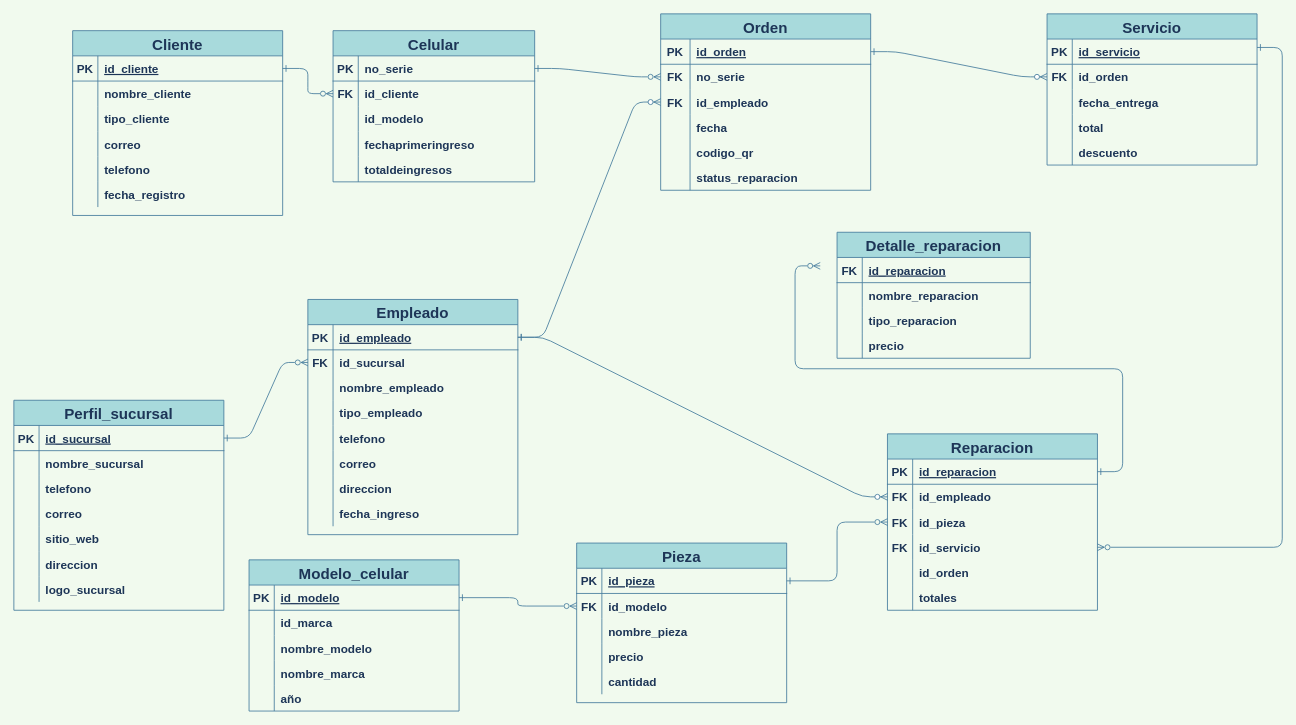
This is Borrador2Reparaciones.drawio from ViridianaSolis11/Base-de-datos-, a draw.io file, before an edit. Source tidied: cells renumbered, new cells numbered last; positions are measured from the earlier drawing's top-left corner, leaving out a move shared by most shapes. Both pictures are drawn from the tidied source at 84%, with x=0, y=0 at pixel (13, 13).
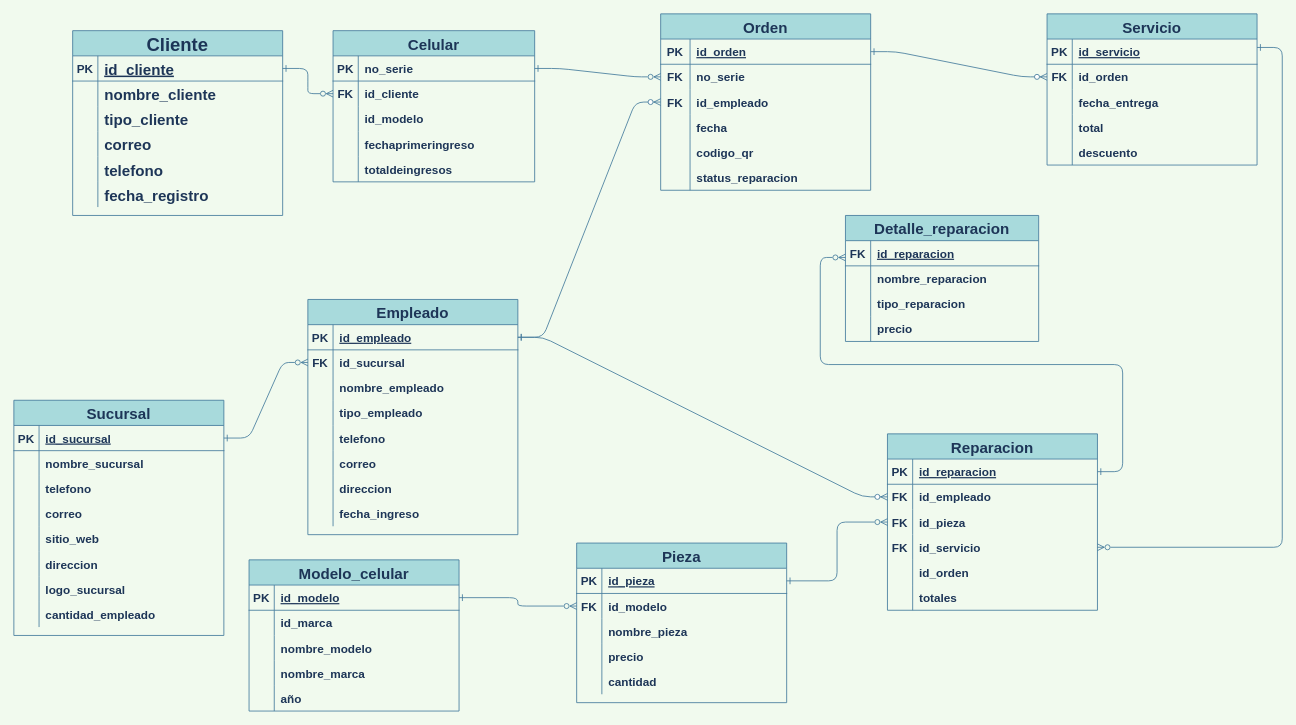
After the change.

Unchanged cells that the change refers to:
```xml
<mxCell id="45" style="shape=partialRectangle;fillColor=none;points=[[0,0.5],[1,0.5]];portConstraint=eastwest;top=0;left=0;right=0;bottom=1;strokeColor=#457B9D;fontColor=#1D3557;" parent="44" vertex="1">
  <mxGeometry y="30" width="250" height="30" as="geometry" />
</mxCell>
<mxCell id="48" style="shape=partialRectangle;fillColor=none;top=0;left=0;right=0;bottom=0;fontStyle=1;fontSize=14;strokeColor=#457B9D;fontColor=#1D3557;" parent="44" vertex="1">
  <mxGeometry y="60" width="250" height="30" as="geometry" />
</mxCell>
<mxCell id="51" style="shape=partialRectangle;fillColor=none;top=0;left=0;right=0;bottom=0;strokeColor=#457B9D;fontColor=#1D3557;" parent="44" vertex="1">
  <mxGeometry y="90" width="250" height="30" as="geometry" />
</mxCell>
<mxCell id="54" style="shape=partialRectangle;fillColor=none;top=0;left=0;right=0;bottom=0;strokeColor=#457B9D;fontColor=#1D3557;" parent="44" vertex="1">
  <mxGeometry y="120" width="250" height="30" as="geometry" />
</mxCell>
<mxCell id="57" style="shape=partialRectangle;fillColor=none;top=0;left=0;right=0;bottom=0;strokeColor=#457B9D;fontColor=#1D3557;" parent="44" vertex="1">
  <mxGeometry y="150" width="250" height="30" as="geometry" />
</mxCell>
<mxCell id="60" style="shape=partialRectangle;fillColor=none;top=0;left=0;right=0;bottom=0;strokeColor=#457B9D;fontColor=#1D3557;" parent="44" vertex="1">
  <mxGeometry y="180" width="250" height="30" as="geometry" />
</mxCell>
<mxCell id="64" style="shape=tableRow;horizontal=0;startSize=0;swimlaneHead=0;swimlaneBody=0;fillColor=none;points=[[0,0.5],[1,0.5]];portConstraint=eastwest;top=0;left=0;right=0;bottom=1;strokeColor=#457B9D;fontColor=#1D3557;" parent="63" vertex="1">
  <mxGeometry y="30" width="250" height="30" as="geometry" />
</mxCell>
```

Diff of the diagram source:
```diff
@@
-    <mxCell id="22" value="Perfil_sucursal" style="shape=table;startSize=30;childLayout=tableLayout;rowLines=0;fontStyle=1;align=center;fontSize=18;fillColor=#A8DADC;strokeColor=#457B9D;fontColor=#1D3557;" parent="1" vertex="1">
-      <mxGeometry y="460" width="250" height="250" as="geometry" />
+    <mxCell id="22" value="Sucursal" style="shape=table;startSize=30;childLayout=tableLayout;rowLines=0;fontStyle=1;align=center;fontSize=18;fillColor=#A8DADC;strokeColor=#457B9D;fontColor=#1D3557;" parent="1" vertex="1">
+      <mxGeometry y="460" width="250" height="280" as="geometry" />
     </mxCell>
@@
+    <mxCell id="194" style="shape=partialRectangle;fillColor=none;top=0;left=0;right=0;bottom=0;strokeColor=#457B9D;fontColor=#1D3557;" parent="22" vertex="1">
+      <mxGeometry y="240" width="250" height="30" as="geometry" />
+    </mxCell>
+    <mxCell id="195" style="shape=partialRectangle;overflow=hidden;fillColor=none;top=0;left=0;bottom=0;right=0;strokeColor=#457B9D;fontColor=#1D3557;" parent="194" vertex="1">
+      <mxGeometry width="30" height="30" as="geometry" />
+    </mxCell>
+    <mxCell id="196" value="cantidad_empleado" style="shape=partialRectangle;overflow=hidden;fillColor=none;top=0;left=0;bottom=0;right=0;align=left;spacingLeft=6;fontSize=14;fontStyle=1;strokeColor=#457B9D;fontColor=#1D3557;" parent="194" vertex="1">
+      <mxGeometry x="30" width="220" height="30" as="geometry" />
+    </mxCell>
-    <mxCell id="44" value="Cliente" style="shape=table;startSize=30;childLayout=tableLayout;rowLines=0;fontStyle=1;align=center;fontSize=18;fillColor=#A8DADC;strokeColor=#457B9D;fontColor=#1D3557;" parent="1" vertex="1">
+    <mxCell id="44" value="Cliente" style="shape=table;startSize=30;childLayout=tableLayout;rowLines=0;fontStyle=1;align=center;fontSize=22;fillColor=#A8DADC;strokeColor=#457B9D;fontColor=#1D3557;" parent="1" vertex="1">
       <mxGeometry x="70" y="20" width="250" height="220" as="geometry" />
     </mxCell>
@@
-    <mxCell id="47" value="id_cliente" style="shape=partialRectangle;overflow=hidden;fillColor=none;top=0;left=0;bottom=0;right=0;align=left;spacingLeft=6;fontStyle=5;fontSize=14;strokeColor=#457B9D;fontColor=#1D3557;" parent="45" vertex="1">
+    <mxCell id="47" value="id_cliente" style="shape=partialRectangle;overflow=hidden;fillColor=none;top=0;left=0;bottom=0;right=0;align=left;spacingLeft=6;fontStyle=5;fontSize=18;strokeColor=#457B9D;fontColor=#1D3557;" parent="45" vertex="1">
       <mxGeometry x="30" width="220" height="30" as="geometry" />
     </mxCell>
@@
-    <mxCell id="50" value="nombre_cliente" style="shape=partialRectangle;overflow=hidden;fillColor=none;top=0;left=0;bottom=0;right=0;align=left;spacingLeft=6;fontSize=14;fontStyle=1;strokeColor=#457B9D;fontColor=#1D3557;" parent="48" vertex="1">
+    <mxCell id="50" value="nombre_cliente" style="shape=partialRectangle;overflow=hidden;fillColor=none;top=0;left=0;bottom=0;right=0;align=left;spacingLeft=6;fontSize=18;fontStyle=1;strokeColor=#457B9D;fontColor=#1D3557;" parent="48" vertex="1">
       <mxGeometry x="30" width="220" height="30" as="geometry" />
     </mxCell>
@@
-    <mxCell id="53" value="tipo_cliente" style="shape=partialRectangle;overflow=hidden;fillColor=none;top=0;left=0;bottom=0;right=0;align=left;spacingLeft=6;fontSize=14;fontStyle=1;strokeColor=#457B9D;fontColor=#1D3557;" parent="51" vertex="1">
+    <mxCell id="53" value="tipo_cliente" style="shape=partialRectangle;overflow=hidden;fillColor=none;top=0;left=0;bottom=0;right=0;align=left;spacingLeft=6;fontSize=18;fontStyle=1;strokeColor=#457B9D;fontColor=#1D3557;" parent="51" vertex="1">
       <mxGeometry x="30" width="220" height="30" as="geometry" />
     </mxCell>
@@
-    <mxCell id="56" value="correo" style="shape=partialRectangle;overflow=hidden;fillColor=none;top=0;left=0;bottom=0;right=0;align=left;spacingLeft=6;fontSize=14;fontStyle=1;strokeColor=#457B9D;fontColor=#1D3557;" parent="54" vertex="1">
+    <mxCell id="56" value="correo" style="shape=partialRectangle;overflow=hidden;fillColor=none;top=0;left=0;bottom=0;right=0;align=left;spacingLeft=6;fontSize=18;fontStyle=1;strokeColor=#457B9D;fontColor=#1D3557;" parent="54" vertex="1">
       <mxGeometry x="30" width="220" height="30" as="geometry" />
     </mxCell>
@@
-    <mxCell id="59" value="telefono" style="shape=partialRectangle;overflow=hidden;fillColor=none;top=0;left=0;bottom=0;right=0;align=left;spacingLeft=6;fontSize=14;fontStyle=1;strokeColor=#457B9D;fontColor=#1D3557;" parent="57" vertex="1">
+    <mxCell id="59" value="telefono" style="shape=partialRectangle;overflow=hidden;fillColor=none;top=0;left=0;bottom=0;right=0;align=left;spacingLeft=6;fontSize=18;fontStyle=1;strokeColor=#457B9D;fontColor=#1D3557;" parent="57" vertex="1">
       <mxGeometry x="30" width="220" height="30" as="geometry" />
     </mxCell>
@@
-    <mxCell id="62" value="fecha_registro" style="shape=partialRectangle;overflow=hidden;fillColor=none;top=0;left=0;bottom=0;right=0;align=left;spacingLeft=6;fontSize=14;fontStyle=1;strokeColor=#457B9D;fontColor=#1D3557;" parent="60" vertex="1">
+    <mxCell id="62" value="fecha_registro" style="shape=partialRectangle;overflow=hidden;fillColor=none;top=0;left=0;bottom=0;right=0;align=left;spacingLeft=6;fontSize=18;fontStyle=1;strokeColor=#457B9D;fontColor=#1D3557;" parent="60" vertex="1">
       <mxGeometry x="30" width="220" height="30" as="geometry" />
     </mxCell>
@@
     <mxCell id="155" value="Detalle_reparacion" style="shape=table;startSize=30;childLayout=tableLayout;rowLines=0;fontStyle=1;align=center;fontSize=18;fillColor=#A8DADC;strokeColor=#457B9D;fontColor=#1D3557;" parent="1" vertex="1">
-      <mxGeometry x="980" y="260" width="230" height="150" as="geometry" />
+      <mxGeometry x="990" y="240" width="230" height="150" as="geometry" />
     </mxCell>
@@
     <mxCell id="190" style="edgeStyle=entityRelationEdgeStyle;jettySize=auto;html=1;endArrow=ERzeroToMany;endFill=0;startArrow=ERone;startFill=0;rounded=1;labelBackgroundColor=#F1FAEE;strokeColor=#457B9D;fontColor=#1D3557;" parent="1" edge="1" source="64">
       <mxGeometry relative="1" as="geometry">
-        <mxPoint x="960" y="300" as="targetPoint" />
+        <mxPoint x="990" y="290" as="targetPoint" />
       </mxGeometry>
     </mxCell>
```
